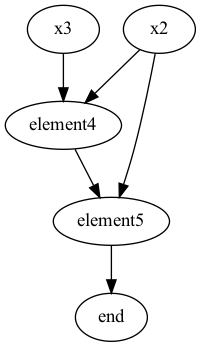
This is HM2/scheme.dot.png from PeterLarochkin/discrete_structures, a Graphviz export, as it was before one commit. Its source is kept beside it as HM2/scheme.dot.
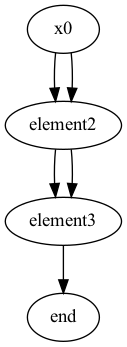
Later version of the same file.

Change to the diagram source:
```diff
@@ -1,9 +1,9 @@
 digraph G {
 
- "element4" -> "element5";
- "element5" -> "end";
- "x3" -> "element4";
- "x2" -> "element4";
- "x2" -> "element5";
+ "x0" -> "element2";
+ "element2" -> "element3";
+ "element3" -> "end";
+ "element2" -> "element3";
+ "x0" -> "element2";
 
 }
```
